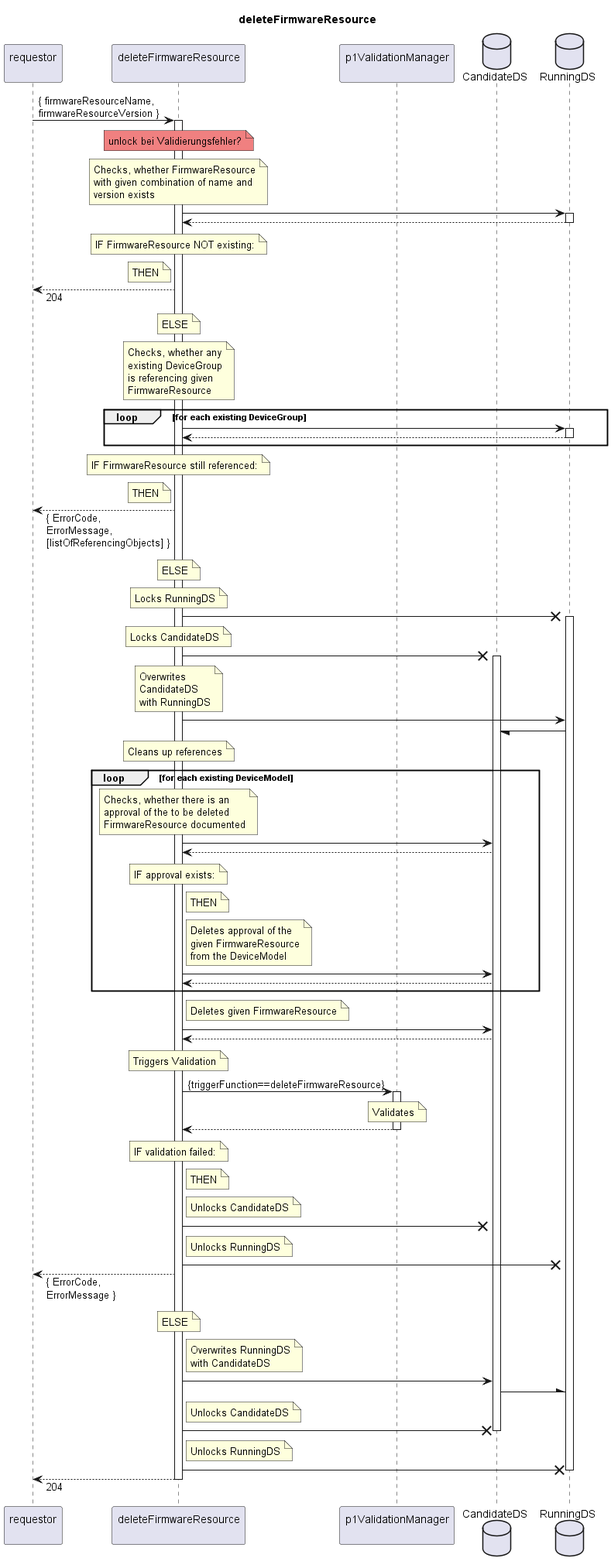
This is spec/Services/deleteFirmwareResource/1.0.0/deleteFirmwareResource.png from openBackhaul/FirmWareManager, a PlantUML export, as it was before one commit. Source of this version:
```plantuml
@startuml deleteFirmwareResource
skinparam responseMessageBelowArrow true

title
  deleteFirmwareResource
end title

participant "requestor\n" as requestor
participant "deleteFirmwareResource\n" as indServ
participant "p1ValidationManager\n" as valiMan
database "CandidateDS" as CanDS
database "RunningDS" as RunDS

requestor -> indServ: { firmwareResourceName,\nfirmwareResourceVersion }
activate indServ

  note over indServ #LightCoral
    unlock bei Validierungsfehler?
  end note

  note over indServ
    Checks, whether FirmwareResource
    with given combination of name and
    version exists
  end note
  indServ -> RunDS
  activate RunDS
  indServ <-- RunDS
  deactivate RunDS
  note over indServ
    IF FirmwareResource NOT existing:
  end note
  note left indServ
    THEN
  end note
  requestor <-- indServ: 204
  note over indServ
    ELSE
  end note

  note over indServ
    Checks, whether any
    existing DeviceGroup
    is referencing given
    FirmwareResource
  end note
  loop for each existing DeviceGroup
    indServ -> RunDS
    activate RunDS
    indServ <-- RunDS
    deactivate RunDS
  end loop
  note over indServ
    IF FirmwareResource still referenced:
  end note
  note left indServ
    THEN
  end note
  requestor <-- indServ: { ErrorCode,\nErrorMessage,\n[listOfReferencingObjects] }
  note over indServ
    ELSE
  end note

  note over indServ
    Locks RunningDS
  end note
  indServ -X RunDS
  activate RunDS
  note over indServ
    Locks CandidateDS
  end note
  indServ -X CanDS
  activate CanDS
  note over indServ
    Overwrites
    CandidateDS
    with RunningDS
  end note
  indServ -> RunDS
  RunDS -/ CanDS

  note over indServ
    Cleans up references
  end note
  loop for each existing DeviceModel
    note over indServ
      Checks, whether there is an
      approval of the to be deleted
      FirmwareResource documented
    end note
    indServ -> CanDS
    indServ <-- CanDS
    note over indServ
      IF approval exists:
    end note
    note right indServ
      THEN
    end note
    note right indServ
      Deletes approval of the
      given FirmwareResource
      from the DeviceModel
    end note
    indServ -> CanDS
    indServ <-- CanDS
  end loop

  note right indServ
    Deletes given FirmwareResource
  end note
  indServ -> CanDS
  indServ <-- CanDS

  note over indServ
    Triggers Validation
  end note
  indServ -> valiMan: {triggerFunction==deleteFirmwareResource}
  activate valiMan
    note over valiMan
      Validates
    end note
  indServ <-- valiMan
  deactivate valiMan
  note over indServ
    IF validation failed:
  end note
  note right indServ
    THEN
  end note
  note right indServ
    Unlocks CandidateDS
  end note
  indServ -X CanDS
  note right indServ
    Unlocks RunningDS
  end note
  indServ -X RunDS
  requestor <-- indServ: { ErrorCode,\nErrorMessage }
  note over indServ
    ELSE
  end note

  note right indServ
    Overwrites RunningDS
    with CandidateDS
  end note
  indServ -> CanDS
  CanDS -\ RunDS
  note right indServ
    Unlocks CandidateDS
  end note
  indServ -X CanDS
  deactivate CanDS
  note right indServ
    Unlocks RunningDS
  end note
  indServ -X RunDS
  deactivate RunDS

  requestor <-- indServ: 204

deactivate indServ

@enduml
```
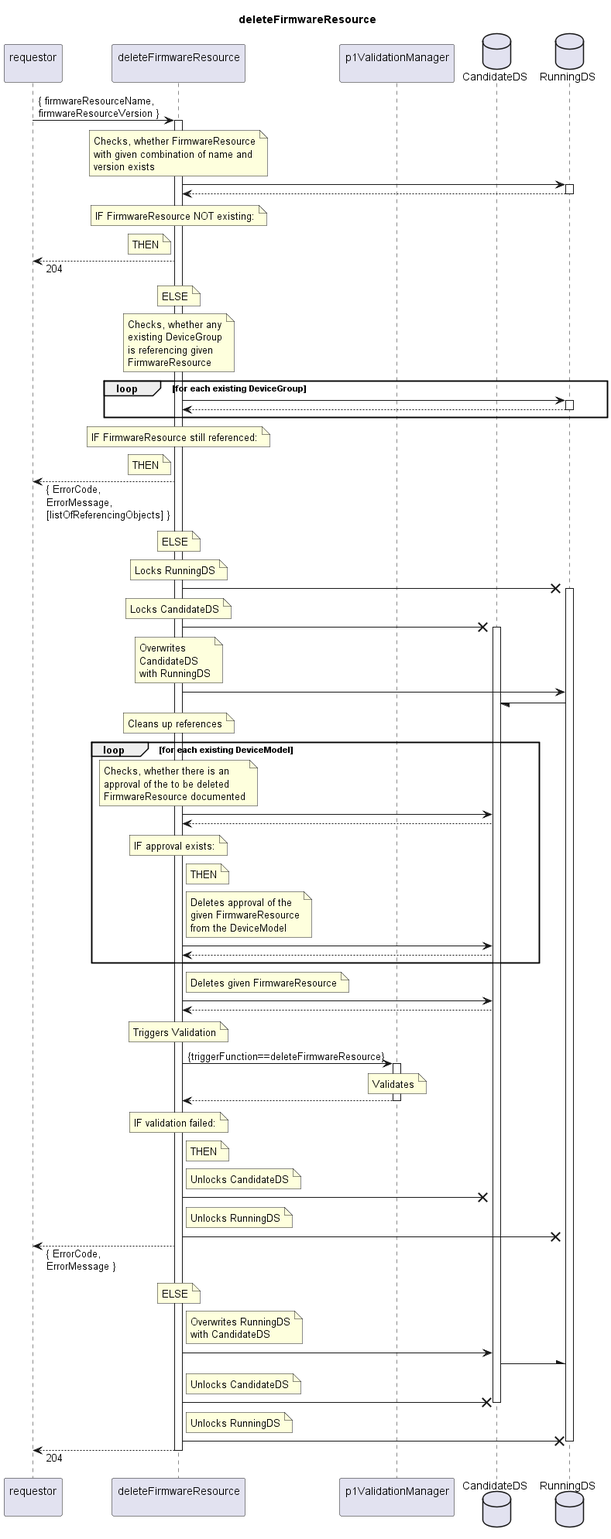
After the commit.

The edit, as a diff of the source:
```diff
@@ -13,10 +13,6 @@
 
 requestor -> indServ: { firmwareResourceName,\nfirmwareResourceVersion }
 activate indServ
-
-  note over indServ #LightCoral
-    unlock bei Validierungsfehler?
-  end note
 
   note over indServ
     Checks, whether FirmwareResource
```
